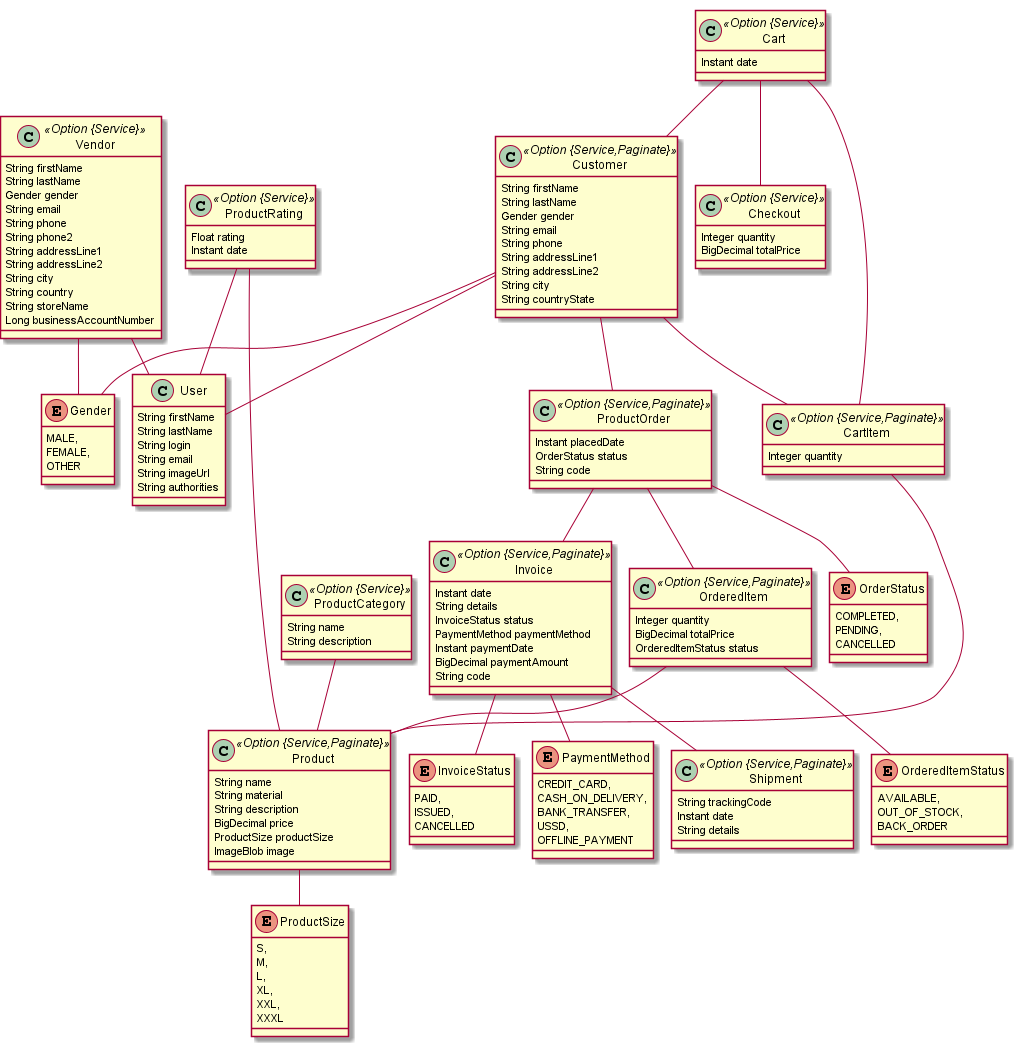
The PlantUML diagram online-store.png in ZraelTz/online-store, before a commit.
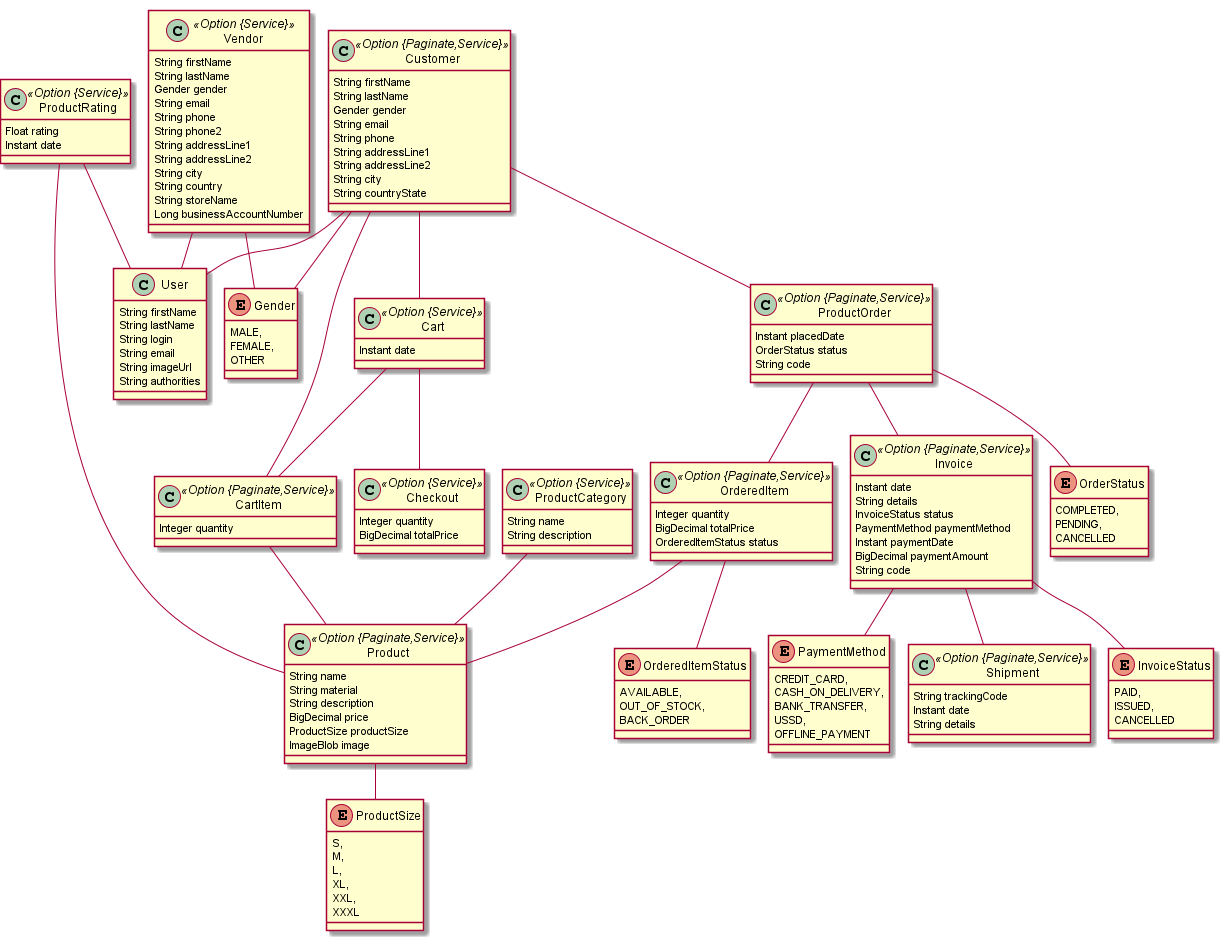
The same diagram one commit later.

What changed in the source:
```diff
@@ -1,7 +1,7 @@
 @startuml
 	!pragma graphviz_dot jdot
 	!pragma syntax class
-	class Customer <<Option {Service,Paginate}>> {
+	class Customer <<Option {Paginate,Service}>> {
 		String firstName
 		String lastName
 		Gender gender
@@ -13,7 +13,7 @@
 		String countryState
 	}
 	Customer ..> Gender
-	class Invoice <<Option {Service,Paginate}>> {
+	class Invoice <<Option {Paginate,Service}>> {
 		Instant date
 		String details
 		InvoiceStatus status
@@ -24,7 +24,7 @@
 	}
 	Invoice ..> InvoiceStatus
 	Invoice ..> PaymentMethod
-	class OrderedItem <<Option {Service,Paginate}>> {
+	class OrderedItem <<Option {Paginate,Service}>> {
 		Integer quantity
 		BigDecimal totalPrice
 		OrderedItemStatus status
@@ -34,7 +34,7 @@
 		Integer quantity
 		BigDecimal totalPrice
 	}
-	class Product <<Option {Service,Paginate}>> {
+	class Product <<Option {Paginate,Service}>> {
 		String name
 		String material
 		String description
@@ -47,7 +47,7 @@
 		String name
 		String description
 	}
-	class ProductOrder <<Option {Service,Paginate}>> {
+	class ProductOrder <<Option {Paginate,Service}>> {
 		Instant placedDate
 		OrderStatus status
 		String code
@@ -57,7 +57,7 @@
 		Float rating
 		Instant date
 	}
-	class Shipment <<Option {Service,Paginate}>> {
+	class Shipment <<Option {Paginate,Service}>> {
 		String trackingCode
 		Instant date
 		String details
@@ -65,7 +65,7 @@
 	class Cart <<Option {Service}>> {
 		Instant date
 	}
-	class CartItem <<Option {Service,Paginate}>> {
+	class CartItem <<Option {Paginate,Service}>> {
 		Integer quantity
 	}
 	class Vendor <<Option {Service}>> {
@@ -121,7 +121,7 @@
 	Customer  "user(login) 0..1 " -- "0..1 "  User
 	ProductRating  "user(login) 0..1 " -- "0..1 "  User
 	Vendor  "user(login) 0..1 " -- "0..1 "  User
-	Cart  "customer(email) 0..1 " -- "0..1 "  Customer
+	Customer  "0..1 " -- "customer(email) 0..1 "  Cart
 	CartItem  "product(name) 0..1 " -- "0..1 "  Product
 	Cart  "checkout(totalPrice) 0..1 " -- "cart 0..1 "  Checkout
 	ProductOrder  "invoice 0..1 " --o "productOrder(code)  1..* "  Invoice
```
